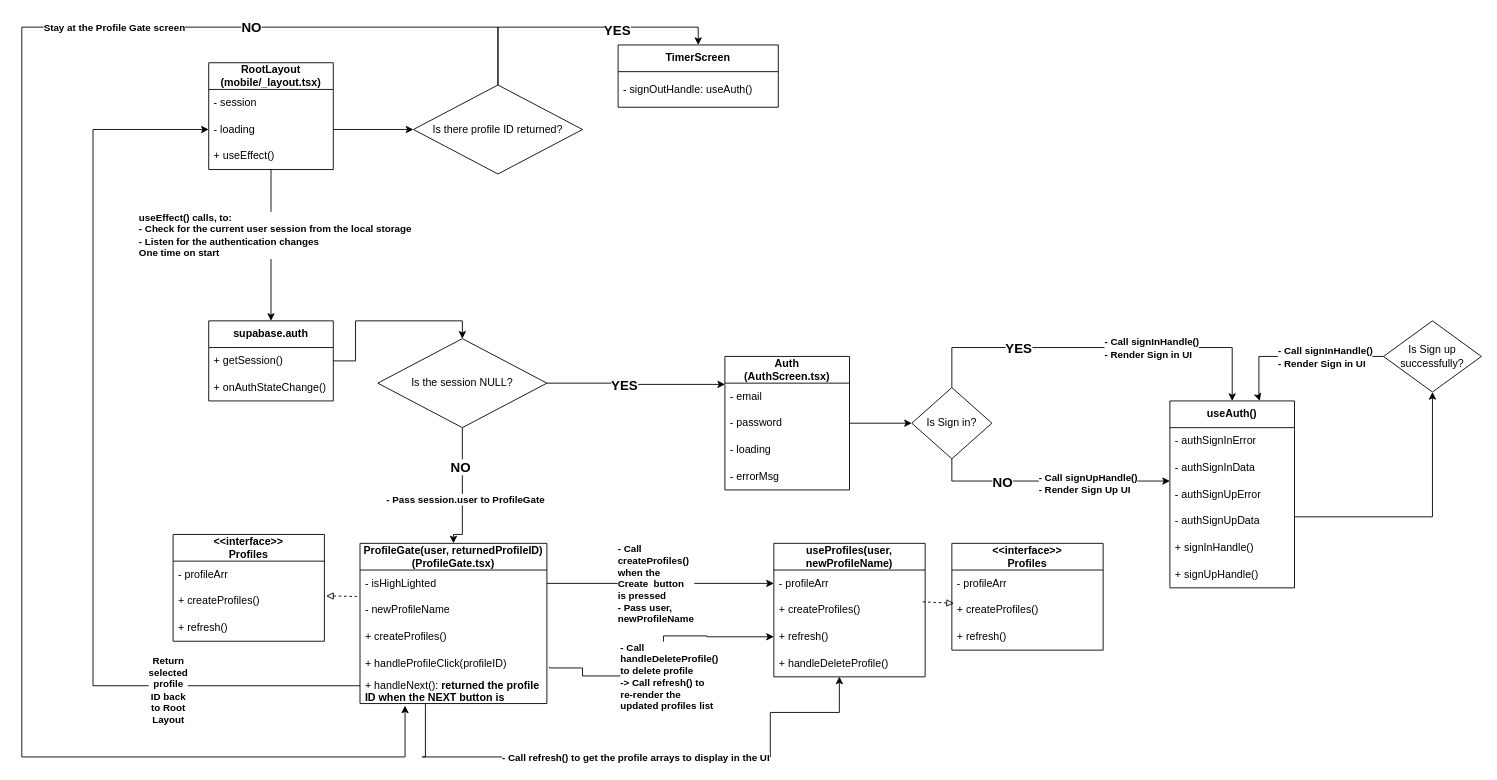
The draw.io diagram page "UML Class Diagram" (1 of 2) of Class_Diagram_Web.drawio in khanhsaan/SharedTimer_v1, before the edit. Source tidied: cells renumbered, new cells numbered last; positions are measured from the earlier drawing's top-left corner, leaving out a move shared by most shapes. Both pictures are drawn from the tidied source at 89%, with x=0, y=0 at pixel (21, 27).
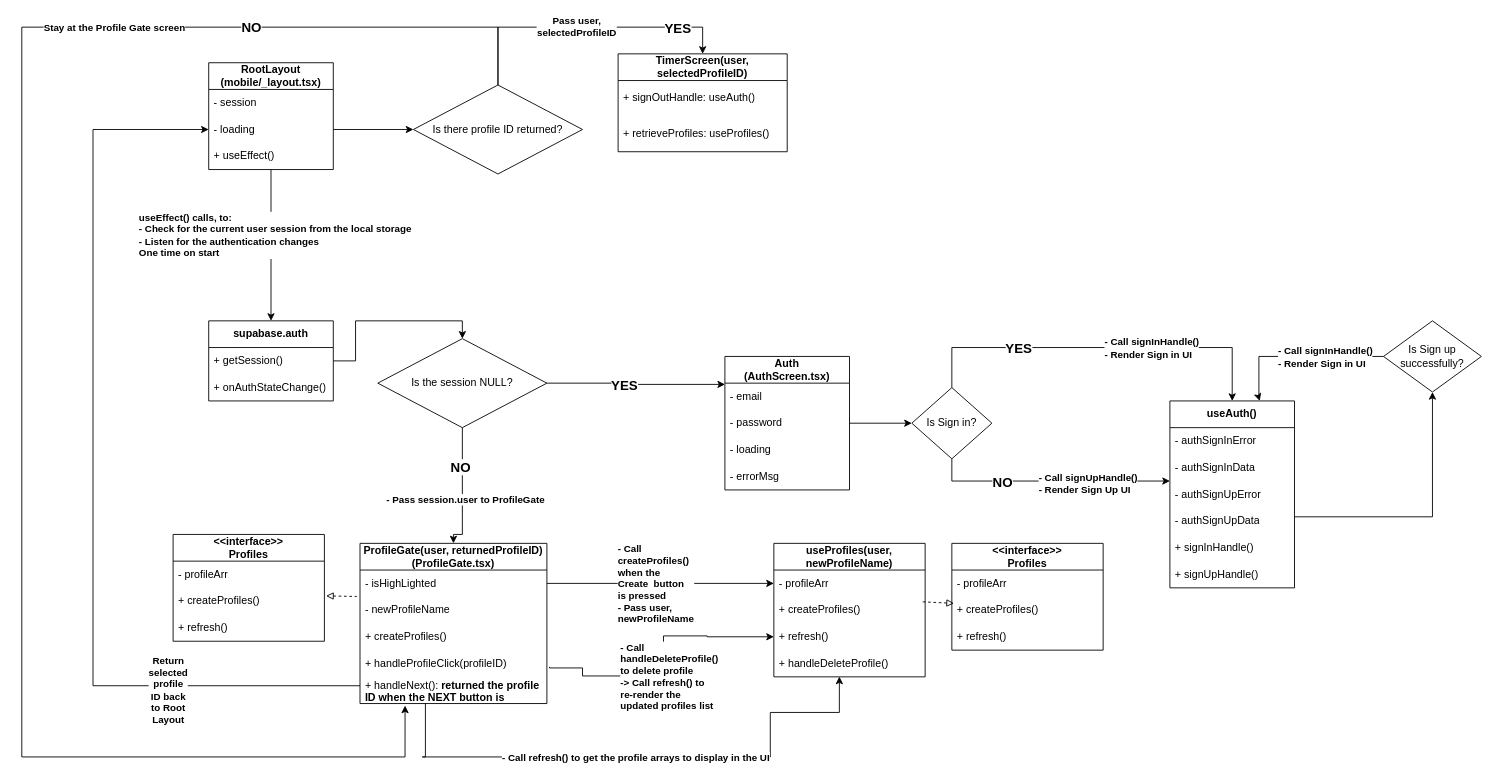
The same diagram, later.

Unchanged cells that the change refers to:
```xml
<mxCell id="76" value="Is there profile ID returned?" style="rhombus;whiteSpace=wrap;html=1;" parent="1" vertex="1">
  <mxGeometry x="440" y="65" width="190" height="100" as="geometry" />
</mxCell>
```

Diff of the diagram source:
```diff
@@
     <mxCell id="71" style="edgeStyle=orthogonalEdgeStyle;rounded=0;jettySize=auto;html=1;entryX=0.5;entryY=0;entryDx=0;entryDy=0;" parent="1" edge="1" source="76" target="78">
       <mxGeometry relative="1" as="geometry">
         <Array as="points">
           <mxPoint x="535" />
-          <mxPoint x="760" />
+          <mxPoint x="765" />
         </Array>
       </mxGeometry>
     </mxCell>
     <mxCell id="72" value="YES" style="edgeLabel;html=1;align=center;verticalAlign=middle;fontStyle=1;fontSize=15;" parent="71" vertex="1">
-      <mxGeometry x="0.28" y="-2" relative="1" as="geometry" />
+      <mxGeometry x="0.28" y="-2" relative="1" as="geometry">
+        <mxPoint x="58" y="-2" as="offset" />
+      </mxGeometry>
     </mxCell>
+    <mxCell id="80" value="&lt;b&gt;Pass user, selectedProfileID&lt;/b&gt;" style="edgeLabel;html=1;align=center;verticalAlign=middle;whiteSpace=wrap;" parent="71" vertex="1">
+      <mxGeometry x="-0.23" y="1" relative="1" as="geometry">
+        <mxPoint x="28" as="offset" />
+      </mxGeometry>
+    </mxCell>
@@
-    <mxCell id="78" value="TimerScreen" style="swimlane;fontStyle=1;horizontal=1;startSize=30;whiteSpace=wrap;html=1;" parent="1" vertex="1">
-      <mxGeometry x="670" y="20" width="180" height="70" as="geometry" />
+    <mxCell id="78" value="TimerScreen(user, selectedProfileID)" style="swimlane;fontStyle=1;horizontal=1;startSize=30;whiteSpace=wrap;html=1;" parent="1" vertex="1">
+      <mxGeometry x="670" y="30" width="190" height="110" as="geometry" />
     </mxCell>
-    <mxCell id="79" value="- signOutHandle: useAuth()" style="text;strokeColor=none;fillColor=none;align=left;verticalAlign=middle;spacingLeft=4;spacingRight=4;overflow=hidden;whiteSpace=wrap;html=1;" parent="78" vertex="1">
-      <mxGeometry y="30" width="180" height="40" as="geometry" />
+    <mxCell id="79" value="+ signOutHandle: useAuth()" style="text;strokeColor=none;fillColor=none;align=left;verticalAlign=middle;spacingLeft=4;spacingRight=4;overflow=hidden;whiteSpace=wrap;html=1;" parent="78" vertex="1">
+      <mxGeometry y="30" width="190" height="40" as="geometry" />
     </mxCell>
+    <mxCell id="81" value="&lt;div&gt;+ retrieveProfiles: useProfiles()&lt;/div&gt;" style="text;strokeColor=none;fillColor=none;align=left;verticalAlign=middle;spacingLeft=4;spacingRight=4;overflow=hidden;whiteSpace=wrap;html=1;" parent="78" vertex="1">
+      <mxGeometry y="70" width="190" height="40" as="geometry" />
+    </mxCell>
```
